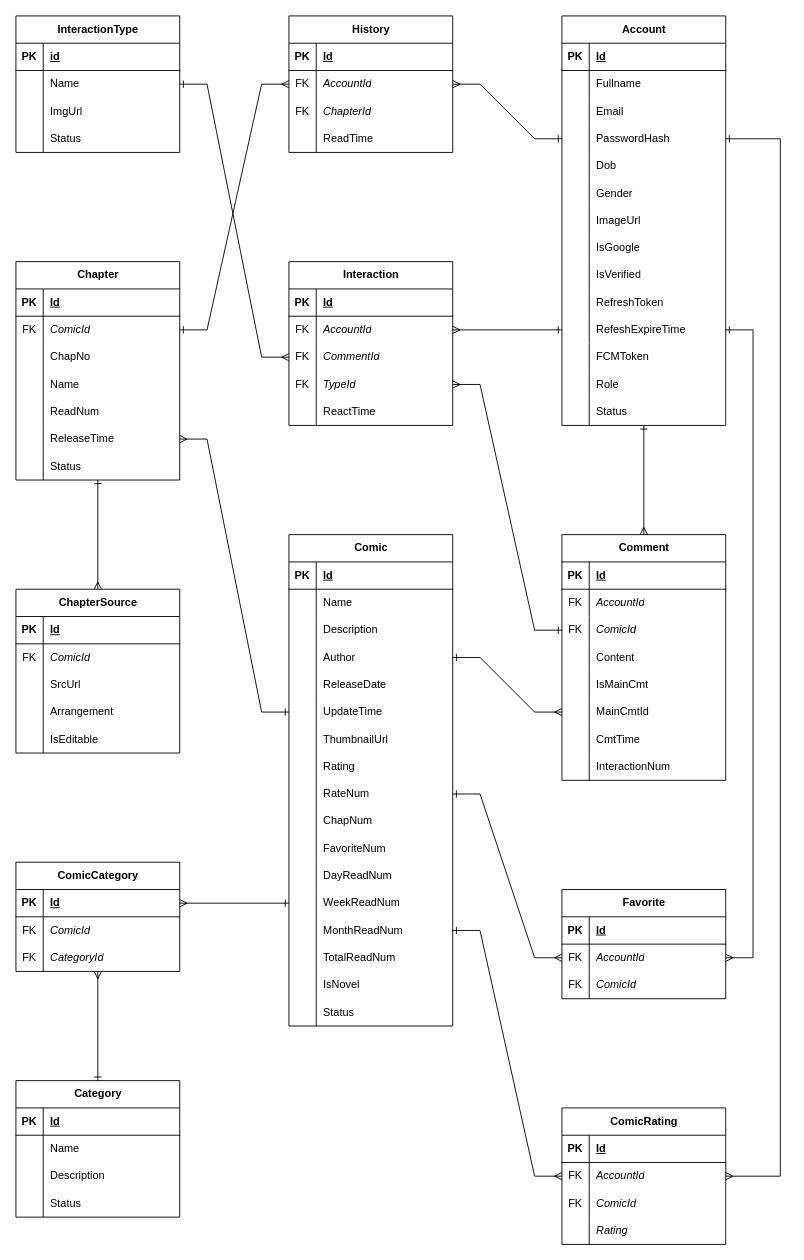
Earlier version of the draw.io diagram page "Logical" (2 of 2) of OnComics.Scripts/OnComics-ERD-Diagram.drawio (hiepquoc0607/OnComics). Source tidied: cells renumbered, new cells numbered last; positions are measured from the earlier drawing's top-left corner, leaving out a move shared by most shapes. Both pictures are drawn from the tidied source at 91%, with x=0, y=0 at pixel (15, 15).
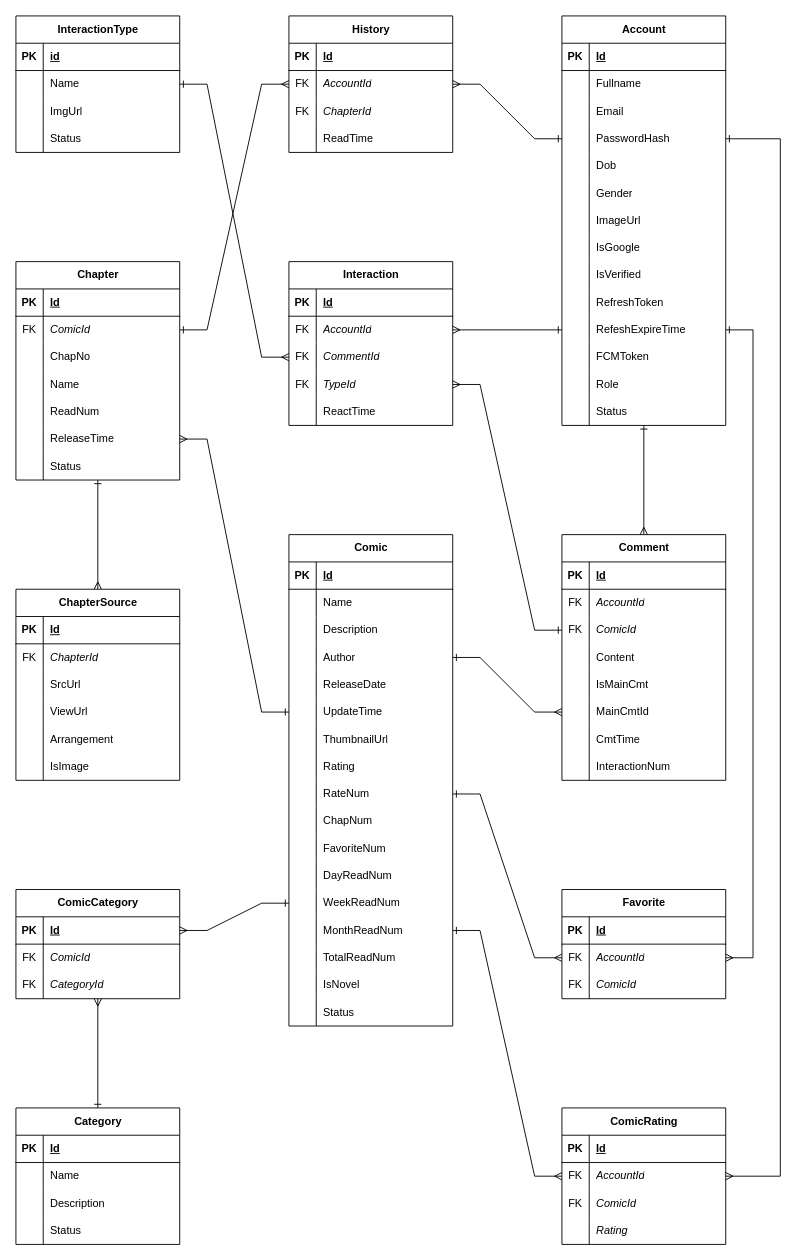
The same diagram, later.

Unchanged cells that the change refers to:
```xml
<mxCell id="184" style="shape=tableRow;horizontal=0;startSize=0;swimlaneHead=0;swimlaneBody=0;fillColor=none;points=[[0,0.5],[1,0.5]];portConstraint=eastwest;top=0;left=0;right=0;bottom=0;" parent="147" vertex="1">
  <mxGeometry y="390" width="180" height="30" as="geometry" />
</mxCell>
<mxCell id="201" style="shape=tableRow;horizontal=0;startSize=0;swimlaneHead=0;swimlaneBody=0;fillColor=none;points=[[0,0.5],[1,0.5]];portConstraint=eastwest;top=0;left=0;right=0;bottom=1;" parent="200" vertex="1">
  <mxGeometry y="30" width="180" height="30" as="geometry" />
</mxCell>
<mxCell id="251" style="shape=tableRow;horizontal=0;startSize=0;swimlaneHead=0;swimlaneBody=0;fillColor=none;top=0;left=0;right=0;bottom=0;" parent="247" vertex="1">
  <mxGeometry y="60" width="180" height="30" as="geometry" />
</mxCell>
<mxCell id="257" style="shape=tableRow;horizontal=0;startSize=0;swimlaneHead=0;swimlaneBody=0;fillColor=none;top=0;left=0;right=0;bottom=0;" parent="247" vertex="1">
  <mxGeometry y="120" width="180" height="30" as="geometry" />
</mxCell>
<mxCell id="260" style="shape=tableRow;horizontal=0;startSize=0;swimlaneHead=0;swimlaneBody=0;fillColor=none;top=0;left=0;right=0;bottom=0;" parent="247" vertex="1">
  <mxGeometry y="150" width="180" height="30" as="geometry" />
</mxCell>
```

Diff of the diagram source:
```diff
@@
     <mxCell id="146" style="rounded=0;jettySize=auto;html=1;entryX=1;entryY=0.5;entryDx=0;entryDy=0;startArrow=ERone;startFill=0;endArrow=ERmany;endFill=0;exitX=0;exitY=0.5;exitDx=0;exitDy=0;" parent="1" edge="1" source="184" target="201">
-      <mxGeometry relative="1" as="geometry" />
+      <mxGeometry relative="1" as="geometry">
+        <Array as="points">
+          <mxPoint x="270" y="975" />
+          <mxPoint x="210" y="1005" />
+        </Array>
+      </mxGeometry>
     </mxCell>
@@
     <mxCell id="200" value="ComicCategory" style="shape=table;startSize=30;childLayout=tableLayout;rowLines=0;fontStyle=1;align=center;html=1;" parent="1" vertex="1">
-      <mxGeometry y="930" width="180" height="120" as="geometry" />
+      <mxGeometry y="960" width="180" height="120" as="geometry" />
     </mxCell>
@@
     <mxCell id="210" value="Category" style="shape=table;startSize=30;childLayout=tableLayout;rowLines=0;fontStyle=1;align=center;html=1;" parent="1" vertex="1">
-      <mxGeometry y="1170" width="180" height="150" as="geometry" />
+      <mxGeometry y="1200" width="180" height="150" as="geometry" />
     </mxCell>
@@
     <mxCell id="247" value="ChapterSource" style="shape=table;startSize=30;childLayout=tableLayout;rowLines=0;fontStyle=1;align=center;html=1;" parent="1" vertex="1">
-      <mxGeometry y="630" width="180" height="180" as="geometry" />
+      <mxGeometry y="630" width="180" height="210" as="geometry" />
     </mxCell>
@@
-    <mxCell id="253" value="ComicId" style="shape=partialRectangle;fillColor=none;top=0;left=0;bottom=0;right=0;align=left;spacingLeft=6;overflow=hidden;whiteSpace=wrap;html=1;fontStyle=2;" parent="251" vertex="1">
+    <mxCell id="253" value="ChapterId" style="shape=partialRectangle;fillColor=none;top=0;left=0;bottom=0;right=0;align=left;spacingLeft=6;overflow=hidden;whiteSpace=wrap;html=1;fontStyle=2;" parent="251" vertex="1">
       <mxGeometry x="30" width="150" height="30" as="geometry" />
     </mxCell>
@@
-    <mxCell id="259" value="Arrangement" style="shape=partialRectangle;fillColor=none;top=0;left=0;bottom=0;right=0;align=left;spacingLeft=6;overflow=hidden;whiteSpace=wrap;html=1;fontStyle=0;" parent="257" vertex="1">
+    <mxCell id="259" value="ViewUrl" style="shape=partialRectangle;fillColor=none;top=0;left=0;bottom=0;right=0;align=left;spacingLeft=6;overflow=hidden;whiteSpace=wrap;html=1;fontStyle=0;" parent="257" vertex="1">
       <mxGeometry x="30" width="150" height="30" as="geometry" />
     </mxCell>
@@
-    <mxCell id="262" value="&lt;span style=&quot;font-style: normal;&quot;&gt;IsEditable&lt;/span&gt;" style="shape=partialRectangle;fillColor=none;top=0;left=0;bottom=0;right=0;align=left;spacingLeft=6;overflow=hidden;whiteSpace=wrap;html=1;fontStyle=2;" parent="260" vertex="1">
+    <mxCell id="262" value="&lt;span style=&quot;font-style: normal;&quot;&gt;Arrangement&lt;/span&gt;" style="shape=partialRectangle;fillColor=none;top=0;left=0;bottom=0;right=0;align=left;spacingLeft=6;overflow=hidden;whiteSpace=wrap;html=1;fontStyle=2;" parent="260" vertex="1">
       <mxGeometry x="30" width="150" height="30" as="geometry" />
     </mxCell>
+    <mxCell id="263" style="shape=tableRow;horizontal=0;startSize=0;swimlaneHead=0;swimlaneBody=0;fillColor=none;top=0;left=0;right=0;bottom=0;" parent="247" vertex="1">
+      <mxGeometry y="180" width="180" height="30" as="geometry" />
+    </mxCell>
+    <mxCell id="264" style="shape=partialRectangle;fillColor=none;top=0;left=0;bottom=0;right=0;overflow=hidden;whiteSpace=wrap;html=1;" parent="263" vertex="1">
+      <mxGeometry width="30" height="30" as="geometry" />
+    </mxCell>
+    <mxCell id="265" value="&lt;span style=&quot;font-style: normal;&quot;&gt;IsImage&lt;/span&gt;" style="shape=partialRectangle;fillColor=none;top=0;left=0;bottom=0;right=0;align=left;spacingLeft=6;overflow=hidden;whiteSpace=wrap;html=1;fontStyle=2;" parent="263" vertex="1">
+      <mxGeometry x="30" width="150" height="30" as="geometry" />
+    </mxCell>
```
